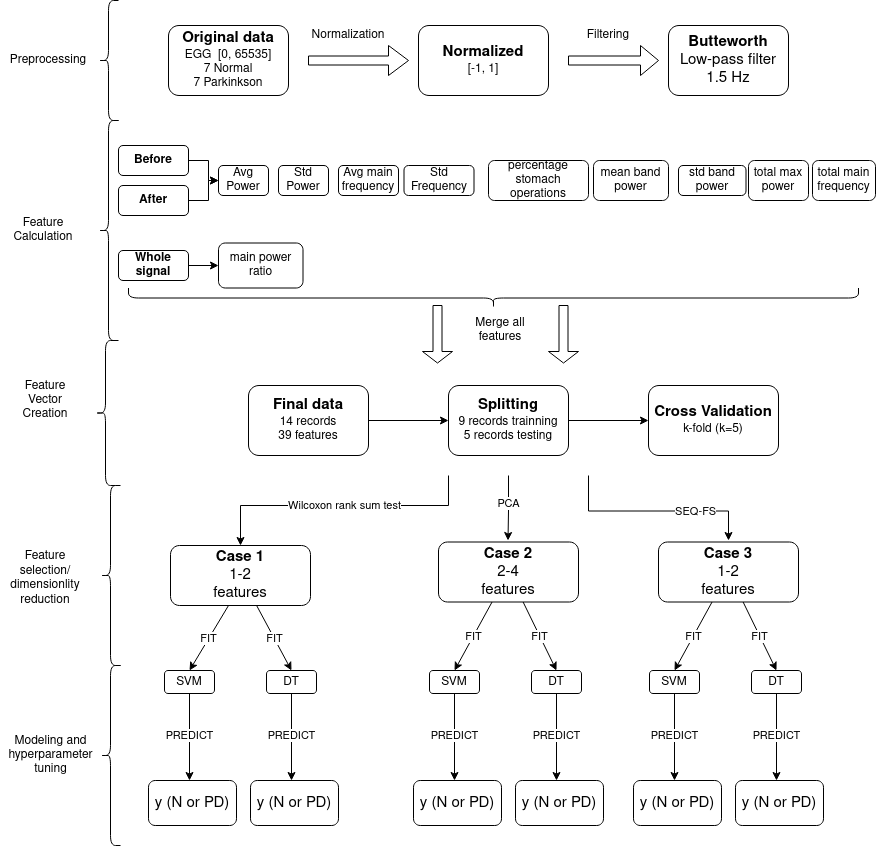
Above: egg-workflow.png in GiorgosTsal/Gastrointestinal-Anomalies-detection-from-EGG-signals (draw.io), before the change. Source tidied: cells renumbered, new cells last; positions are measured from the earlier drawing's top-left corner, leaving out a move shared by most shapes.
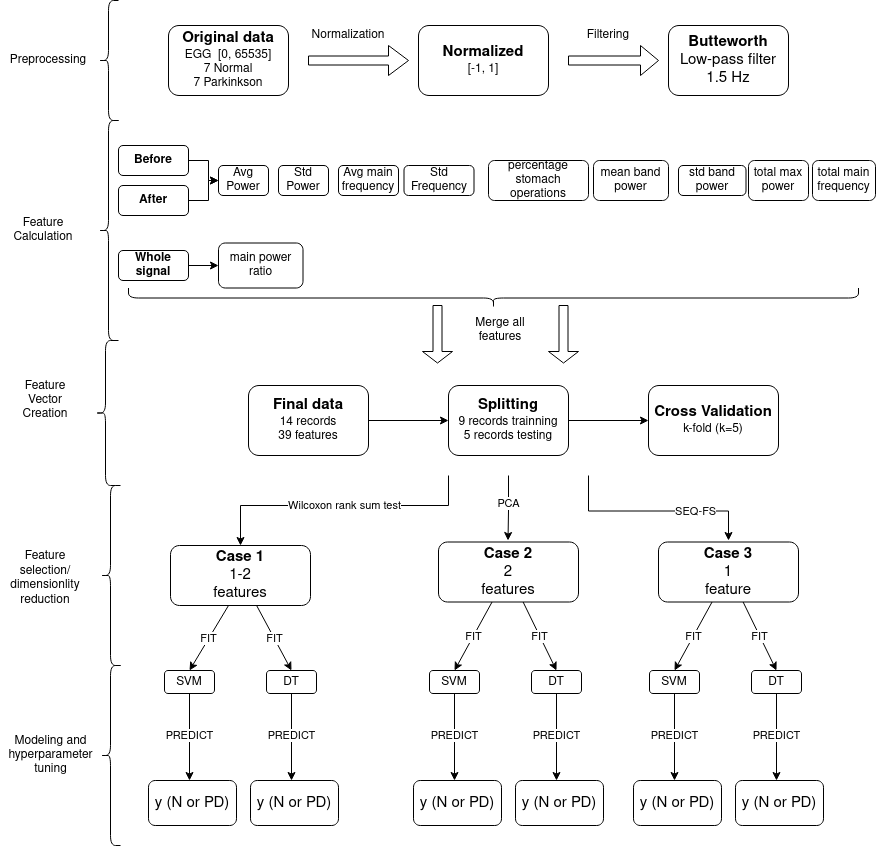
The same file after the commit.

Commit message:
refactoring , diagram changes and reporting

Change to the diagram source:
```diff
@@ -180,10 +180,10 @@
         <mxPoint x="13" y="-13" as="offset" />
       </mxGeometry>
     </mxCell>
-    <mxCell id="52" value="&lt;div style=&quot;font-size: 15px&quot;&gt;&lt;b&gt;Case 2&lt;br&gt;&lt;/b&gt;&lt;/div&gt;&lt;div&gt;&lt;font style=&quot;font-size: 15px&quot;&gt;2-4 &lt;br&gt;&lt;/font&gt;&lt;/div&gt;&lt;div&gt;&lt;font style=&quot;font-size: 15px&quot;&gt;features&lt;/font&gt;&lt;/div&gt;" style="rounded=1;whiteSpace=wrap;html=1;fontSize=12;glass=0;strokeWidth=1;shadow=0;" parent="1" vertex="1">
+    <mxCell id="52" value="&lt;div style=&quot;font-size: 15px&quot;&gt;&lt;b&gt;Case 2&lt;br&gt;&lt;/b&gt;&lt;/div&gt;&lt;div&gt;&lt;font style=&quot;font-size: 15px&quot;&gt;2 &lt;br&gt;&lt;/font&gt;&lt;/div&gt;&lt;div&gt;&lt;font style=&quot;font-size: 15px&quot;&gt;features&lt;/font&gt;&lt;/div&gt;" style="rounded=1;whiteSpace=wrap;html=1;fontSize=12;glass=0;strokeWidth=1;shadow=0;" parent="1" vertex="1">
       <mxGeometry x="438" y="541.5" width="140" height="60" as="geometry" />
     </mxCell>
-    <mxCell id="53" value="&lt;div style=&quot;font-size: 15px&quot;&gt;&lt;b&gt;Case 3&lt;br&gt;&lt;/b&gt;&lt;/div&gt;&lt;div&gt;&lt;font style=&quot;font-size: 15px&quot;&gt;1-2&lt;br&gt;&lt;/font&gt;&lt;/div&gt;&lt;div&gt;&lt;font style=&quot;font-size: 15px&quot;&gt;features&lt;/font&gt;&lt;/div&gt;" style="rounded=1;whiteSpace=wrap;html=1;fontSize=12;glass=0;strokeWidth=1;shadow=0;" parent="1" vertex="1">
+    <mxCell id="53" value="&lt;div style=&quot;font-size: 15px&quot;&gt;&lt;b&gt;Case 3&lt;br&gt;&lt;/b&gt;&lt;/div&gt;&lt;div&gt;&lt;font style=&quot;font-size: 15px&quot;&gt;1&lt;br&gt;&lt;/font&gt;&lt;/div&gt;&lt;div&gt;&lt;font style=&quot;font-size: 15px&quot;&gt;feature&lt;/font&gt;&lt;/div&gt;" style="rounded=1;whiteSpace=wrap;html=1;fontSize=12;glass=0;strokeWidth=1;shadow=0;" parent="1" vertex="1">
       <mxGeometry x="658" y="541.5" width="140" height="60" as="geometry" />
     </mxCell>
     <mxCell id="54" value="FIT" style="endArrow=classic;html=1;entryX=0.5;entryY=0;entryDx=0;entryDy=0;" parent="1" edge="1" source="9" target="56">
```
